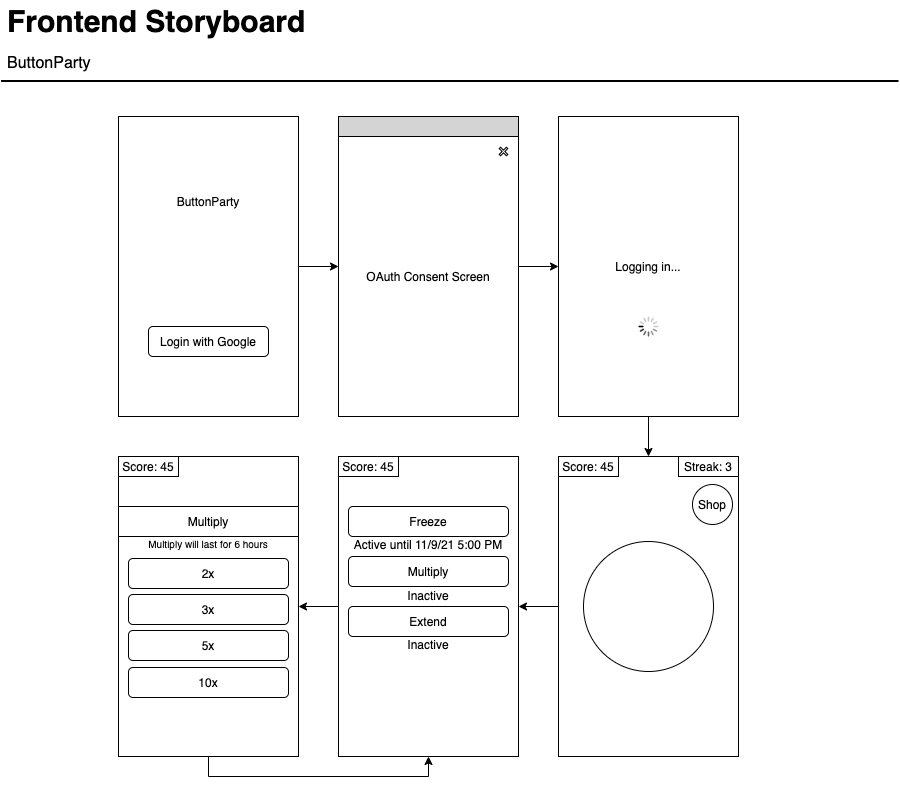
Before: docs/storyboard.png, a diagram exported from draw.io (bnidevs/ButtonParty). Source tidied: cells renumbered, new cells last; positions are measured from the earlier drawing's top-left corner, leaving out a move shared by most shapes. The source it was exported from:
```xml
<mxGraphModel background="#FFFFFF">
  <root>
    <mxCell id="0" />
    <mxCell id="1" parent="0" />
    <mxCell id="2" value="Frontend Storyboard" style="text;html=1;align=left;verticalAlign=top;spacingTop=-4;fontSize=30;fontStyle=1;" parent="1" vertex="1">
      <mxGeometry x="4.5" y="0.5" width="310" height="40" as="geometry" />
    </mxCell>
    <mxCell id="3" value="ButtonParty" style="text;html=1;align=left;verticalAlign=top;spacingTop=-4;fontSize=16;" parent="1" vertex="1">
      <mxGeometry x="4.5" y="50.5" width="100" height="20" as="geometry" />
    </mxCell>
    <mxCell id="4" style="line;strokeWidth=2;html=1;fontSize=14;" parent="1" vertex="1">
      <mxGeometry x="0.5" y="75.5" width="897.5" height="10" as="geometry" />
    </mxCell>
    <mxCell id="5" style="group;" parent="1" vertex="1">
      <mxGeometry x="118" y="116" width="180" height="300" as="geometry" />
    </mxCell>
    <mxCell id="6" style="rounded=0;whiteSpace=wrap;html=1;" parent="5" vertex="1">
      <mxGeometry width="180" height="300" as="geometry" />
    </mxCell>
    <mxCell id="7" value="Login with Google" style="rounded=1;whiteSpace=wrap;html=1;" parent="5" vertex="1">
      <mxGeometry x="30" y="210" width="120" height="30" as="geometry" />
    </mxCell>
    <mxCell id="8" value="ButtonParty" style="text;html=1;strokeColor=none;fillColor=none;align=center;verticalAlign=middle;whiteSpace=wrap;rounded=0;" parent="5" vertex="1">
      <mxGeometry x="50" y="70" width="80" height="30" as="geometry" />
    </mxCell>
    <mxCell id="9" style="group;" parent="1" vertex="1">
      <mxGeometry x="558" y="116" width="180" height="300" as="geometry" />
    </mxCell>
    <mxCell id="10" style="rounded=0;whiteSpace=wrap;html=1;" parent="9" vertex="1">
      <mxGeometry width="180" height="300" as="geometry" />
    </mxCell>
    <mxCell id="11" value="Logging in..." style="text;html=1;strokeColor=none;fillColor=none;align=center;verticalAlign=middle;whiteSpace=wrap;rounded=0;shadow=0;" parent="9" vertex="1">
      <mxGeometry x="45" y="135" width="90" height="30" as="geometry" />
    </mxCell>
    <mxCell id="12" style="html=1;verticalLabelPosition=bottom;labelBackgroundColor=#ffffff;verticalAlign=top;shadow=0;dashed=0;strokeWidth=2;shape=mxgraph.ios7.misc.loading_circle;fillColor=#FFFFFF;" parent="9" vertex="1">
      <mxGeometry x="80" y="200" width="20" height="20" as="geometry" />
    </mxCell>
    <mxCell id="13" style="edgeStyle=orthogonalEdgeStyle;rounded=0;jettySize=auto;html=1;exitX=1;exitY=0.5;exitDx=0;exitDy=0;entryX=0;entryY=0.5;entryDx=0;entryDy=0;endArrow=classic;endFill=1;" parent="1" edge="1" source="14" target="10">
      <mxGeometry relative="1" as="geometry" />
    </mxCell>
    <mxCell id="14" style="rounded=0;whiteSpace=wrap;html=1;fillColor=#D4D4D4;" parent="1" vertex="1">
      <mxGeometry x="338" y="116" width="180" height="300" as="geometry" />
    </mxCell>
    <mxCell id="15" value="&lt;span&gt;OAuth Consent Screen&lt;/span&gt;" style="rounded=0;whiteSpace=wrap;html=1;strokeWidth=1;shadow=0;" parent="1" vertex="1">
      <mxGeometry x="338" y="136" width="180" height="280" as="geometry" />
    </mxCell>
    <mxCell id="16" style="shape=cross;whiteSpace=wrap;html=1;shadow=0;strokeWidth=1;fillColor=#FFFFFF;rotation=45;" parent="1" vertex="1">
      <mxGeometry x="498" y="146" width="10" height="10" as="geometry" />
    </mxCell>
    <mxCell id="17" style="edgeStyle=orthogonalEdgeStyle;rounded=0;jettySize=auto;html=1;exitX=1;exitY=0.5;exitDx=0;exitDy=0;entryX=0;entryY=0.5;entryDx=0;entryDy=0;endArrow=classic;endFill=1;" parent="1" edge="1" source="6" target="14">
      <mxGeometry relative="1" as="geometry" />
    </mxCell>
    <mxCell id="18" style="group;" parent="1" vertex="1">
      <mxGeometry x="558" y="456" width="220" height="300" as="geometry" />
    </mxCell>
    <mxCell id="19" style="rounded=0;whiteSpace=wrap;html=1;" parent="18" vertex="1">
      <mxGeometry width="180" height="300" as="geometry" />
    </mxCell>
    <mxCell id="20" style="ellipse;whiteSpace=wrap;html=1;shadow=0;strokeWidth=1;fillColor=#FFFFFF;" parent="18" vertex="1">
      <mxGeometry x="25" y="85" width="130" height="130" as="geometry" />
    </mxCell>
    <mxCell id="21" value="Streak: 3" style="rounded=0;whiteSpace=wrap;html=1;shadow=0;strokeWidth=1;fillColor=#FFFFFF;" parent="18" vertex="1">
      <mxGeometry x="120" width="60" height="20" as="geometry" />
    </mxCell>
    <mxCell id="22" value="Shop" style="ellipse;whiteSpace=wrap;html=1;shadow=0;strokeWidth=1;fillColor=#FFFFFF;" parent="18" vertex="1">
      <mxGeometry x="134" y="28" width="40" height="40" as="geometry" />
    </mxCell>
    <mxCell id="23" style="edgeStyle=orthogonalEdgeStyle;rounded=0;jettySize=auto;html=1;exitX=0.5;exitY=1;exitDx=0;exitDy=0;entryX=0.5;entryY=0;entryDx=0;entryDy=0;endArrow=classic;endFill=1;" parent="1" edge="1" source="10" target="19">
      <mxGeometry relative="1" as="geometry" />
    </mxCell>
    <mxCell id="24" value="Score: 45" style="rounded=0;whiteSpace=wrap;html=1;shadow=0;strokeWidth=1;fillColor=#FFFFFF;" parent="1" vertex="1">
      <mxGeometry x="558" y="456" width="60" height="20" as="geometry" />
    </mxCell>
    <mxCell id="25" style="edgeStyle=orthogonalEdgeStyle;rounded=0;jettySize=auto;html=1;exitX=0;exitY=0.5;exitDx=0;exitDy=0;entryX=1;entryY=0.5;entryDx=0;entryDy=0;endArrow=classic;endFill=1;" parent="1" edge="1" source="26" target="36">
      <mxGeometry relative="1" as="geometry" />
    </mxCell>
    <mxCell id="26" style="rounded=0;whiteSpace=wrap;html=1;" parent="1" vertex="1">
      <mxGeometry x="338" y="456" width="180" height="300" as="geometry" />
    </mxCell>
    <mxCell id="27" value="Score: 45" style="rounded=0;whiteSpace=wrap;html=1;shadow=0;strokeWidth=1;fillColor=#FFFFFF;" parent="1" vertex="1">
      <mxGeometry x="338" y="456" width="60" height="20" as="geometry" />
    </mxCell>
    <mxCell id="28" value="Freeze" style="rounded=1;whiteSpace=wrap;html=1;shadow=0;strokeWidth=1;fillColor=#FFFFFF;align=center;" parent="1" vertex="1">
      <mxGeometry x="348" y="506" width="160" height="30" as="geometry" />
    </mxCell>
    <mxCell id="29" style="edgeStyle=orthogonalEdgeStyle;rounded=0;jettySize=auto;html=1;exitX=0;exitY=0.5;exitDx=0;exitDy=0;entryX=1;entryY=0.5;entryDx=0;entryDy=0;endArrow=classic;endFill=1;" parent="1" edge="1" source="19" target="26">
      <mxGeometry relative="1" as="geometry" />
    </mxCell>
    <mxCell id="30" value="Multiply" style="rounded=1;whiteSpace=wrap;html=1;shadow=0;strokeWidth=1;fillColor=#FFFFFF;align=center;" parent="1" vertex="1">
      <mxGeometry x="348" y="556" width="160" height="30" as="geometry" />
    </mxCell>
    <mxCell id="31" value="Extend" style="rounded=1;whiteSpace=wrap;html=1;shadow=0;strokeWidth=1;fillColor=#FFFFFF;align=center;" parent="1" vertex="1">
      <mxGeometry x="348" y="606" width="160" height="30" as="geometry" />
    </mxCell>
    <mxCell id="32" value="Active until 11/9/21 5:00 PM" style="text;html=1;strokeColor=none;fillColor=none;align=center;verticalAlign=middle;whiteSpace=wrap;rounded=0;shadow=0;" parent="1" vertex="1">
      <mxGeometry x="348" y="529" width="160" height="30" as="geometry" />
    </mxCell>
    <mxCell id="33" value="Inactive" style="text;html=1;strokeColor=none;fillColor=none;align=center;verticalAlign=middle;whiteSpace=wrap;rounded=0;shadow=0;" parent="1" vertex="1">
      <mxGeometry x="398" y="580" width="60" height="30" as="geometry" />
    </mxCell>
    <mxCell id="34" value="Inactive" style="text;html=1;strokeColor=none;fillColor=none;align=center;verticalAlign=middle;whiteSpace=wrap;rounded=0;shadow=0;" parent="1" vertex="1">
      <mxGeometry x="398" y="629" width="60" height="30" as="geometry" />
    </mxCell>
    <mxCell id="35" style="edgeStyle=orthogonalEdgeStyle;rounded=0;jettySize=auto;html=1;exitX=0.5;exitY=1;exitDx=0;exitDy=0;entryX=0.5;entryY=1;entryDx=0;entryDy=0;fontSize=10;endArrow=classic;endFill=1;" parent="1" edge="1" source="36" target="26">
      <mxGeometry relative="1" as="geometry" />
    </mxCell>
    <mxCell id="36" style="rounded=0;whiteSpace=wrap;html=1;" parent="1" vertex="1">
      <mxGeometry x="118" y="456" width="180" height="300" as="geometry" />
    </mxCell>
    <mxCell id="37" value="Score: 45" style="rounded=0;whiteSpace=wrap;html=1;shadow=0;strokeWidth=1;fillColor=#FFFFFF;" parent="1" vertex="1">
      <mxGeometry x="118" y="456" width="60" height="20" as="geometry" />
    </mxCell>
    <mxCell id="38" value="Multiply" style="rounded=0;whiteSpace=wrap;html=1;shadow=0;strokeWidth=1;fillColor=#FFFFFF;align=center;" parent="1" vertex="1">
      <mxGeometry x="118" y="506" width="180" height="30" as="geometry" />
    </mxCell>
    <mxCell id="39" value="2x" style="rounded=1;whiteSpace=wrap;html=1;shadow=0;strokeWidth=1;fillColor=#FFFFFF;align=center;" parent="1" vertex="1">
      <mxGeometry x="128" y="558" width="160" height="30" as="geometry" />
    </mxCell>
    <mxCell id="40" value="3x&lt;span style=&quot;color: rgba(0 , 0 , 0 , 0) ; font-family: monospace ; font-size: 0px&quot;&gt;%3CmxGraphModel%3E%3Croot%3E%3CmxCell%20id%3D%220%22%2F%3E%3CmxCell%20id%3D%221%22%20parent%3D%220%22%2F%3E%3CmxCell%20id%3D%222%22%20value%3D%222x%22%20style%3D%22rounded%3D1%3BwhiteSpace%3Dwrap%3Bhtml%3D1%3Bshadow%3D0%3BstrokeWidth%3D1%3BfillColor%3D%23FFFFFF%3Balign%3Dcenter%3B%22%20vertex%3D%221%22%20parent%3D%221%22%3E%3CmxGeometry%20x%3D%22100%22%20y%3D%22614%22%20width%3D%22160%22%20height%3D%2230%22%20as%3D%22geometry%22%2F%3E%3C%2FmxCell%3E%3C%2Froot%3E%3C%2FmxGraphModel%3E&lt;/span&gt;" style="rounded=1;whiteSpace=wrap;html=1;shadow=0;strokeWidth=1;fillColor=#FFFFFF;align=center;" parent="1" vertex="1">
      <mxGeometry x="128" y="594" width="160" height="30" as="geometry" />
    </mxCell>
    <mxCell id="41" value="5x" style="rounded=1;whiteSpace=wrap;html=1;shadow=0;strokeWidth=1;fillColor=#FFFFFF;align=center;" parent="1" vertex="1">
      <mxGeometry x="128" y="630" width="160" height="30" as="geometry" />
    </mxCell>
    <mxCell id="42" value="10x" style="rounded=1;whiteSpace=wrap;html=1;shadow=0;strokeWidth=1;fillColor=#FFFFFF;align=center;" parent="1" vertex="1">
      <mxGeometry x="128" y="667" width="160" height="30" as="geometry" />
    </mxCell>
    <mxCell id="43" value="Multiply will last for 6 hours" style="text;html=1;strokeColor=none;fillColor=none;align=center;verticalAlign=middle;whiteSpace=wrap;rounded=0;shadow=0;fontSize=10;" parent="1" vertex="1">
      <mxGeometry x="128" y="528" width="160" height="30" as="geometry" />
    </mxCell>
  </root>
</mxGraphModel>
```
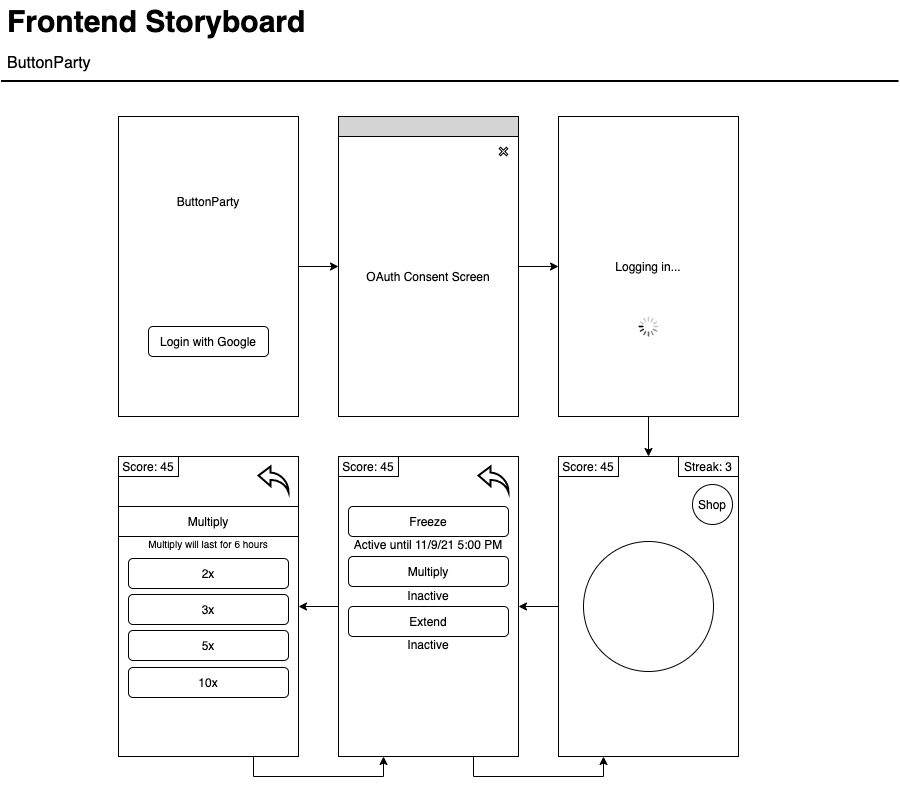
After the commit.

The edit, as a diff of the source:
```diff
@@ -74,6 +74,9 @@
     <mxCell id="25" style="edgeStyle=orthogonalEdgeStyle;rounded=0;jettySize=auto;html=1;exitX=0;exitY=0.5;exitDx=0;exitDy=0;entryX=1;entryY=0.5;entryDx=0;entryDy=0;endArrow=classic;endFill=1;" parent="1" edge="1" source="26" target="36">
       <mxGeometry relative="1" as="geometry" />
     </mxCell>
+    <mxCell id="44" style="edgeStyle=orthogonalEdgeStyle;rounded=0;jettySize=auto;html=1;exitX=0.75;exitY=1;exitDx=0;exitDy=0;entryX=0.25;entryY=1;entryDx=0;entryDy=0;" parent="1" edge="1" source="26" target="19">
+      <mxGeometry relative="1" as="geometry" />
+    </mxCell>
     <mxCell id="26" style="rounded=0;whiteSpace=wrap;html=1;" parent="1" vertex="1">
       <mxGeometry x="338" y="456" width="180" height="300" as="geometry" />
     </mxCell>
@@ -101,7 +104,7 @@
     <mxCell id="34" value="Inactive" style="text;html=1;strokeColor=none;fillColor=none;align=center;verticalAlign=middle;whiteSpace=wrap;rounded=0;shadow=0;" parent="1" vertex="1">
       <mxGeometry x="398" y="629" width="60" height="30" as="geometry" />
     </mxCell>
-    <mxCell id="35" style="edgeStyle=orthogonalEdgeStyle;rounded=0;jettySize=auto;html=1;exitX=0.5;exitY=1;exitDx=0;exitDy=0;entryX=0.5;entryY=1;entryDx=0;entryDy=0;fontSize=10;endArrow=classic;endFill=1;" parent="1" edge="1" source="36" target="26">
+    <mxCell id="35" style="edgeStyle=orthogonalEdgeStyle;rounded=0;jettySize=auto;html=1;exitX=0.75;exitY=1;exitDx=0;exitDy=0;entryX=0.25;entryY=1;entryDx=0;entryDy=0;" parent="1" edge="1" source="36" target="26">
       <mxGeometry relative="1" as="geometry" />
     </mxCell>
     <mxCell id="36" style="rounded=0;whiteSpace=wrap;html=1;" parent="1" vertex="1">
@@ -128,5 +131,11 @@
     <mxCell id="43" value="Multiply will last for 6 hours" style="text;html=1;strokeColor=none;fillColor=none;align=center;verticalAlign=middle;whiteSpace=wrap;rounded=0;shadow=0;fontSize=10;" parent="1" vertex="1">
       <mxGeometry x="128" y="528" width="160" height="30" as="geometry" />
     </mxCell>
+    <mxCell id="45" style="html=1;verticalLabelPosition=bottom;align=center;labelBackgroundColor=#ffffff;verticalAlign=top;strokeWidth=2;strokeColor=#000000;shadow=0;dashed=0;shape=mxgraph.ios7.icons.back;" parent="1" vertex="1">
+      <mxGeometry x="258" y="466" width="30" height="25.5" as="geometry" />
+    </mxCell>
+    <mxCell id="46" style="html=1;verticalLabelPosition=bottom;align=center;labelBackgroundColor=#ffffff;verticalAlign=top;strokeWidth=2;strokeColor=#000000;shadow=0;dashed=0;shape=mxgraph.ios7.icons.back;" parent="1" vertex="1">
+      <mxGeometry x="478" y="466" width="30" height="25.5" as="geometry" />
+    </mxCell>
   </root>
 </mxGraphModel>
```
